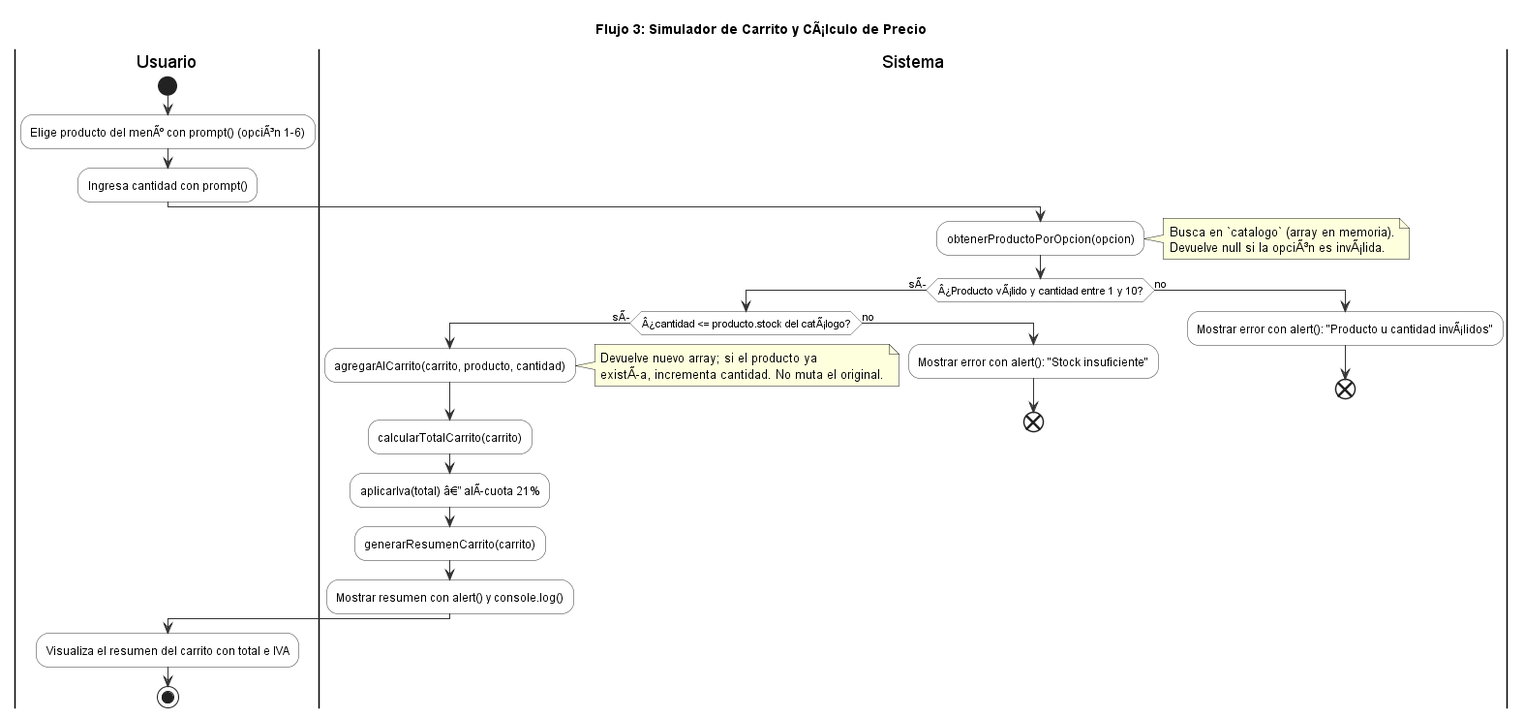
The PlantUML diagram docs/05-diagramas/01-diagrama-de-actividades/actividad-flujo-3-carrito.png in GonzaloBarbano/E-commerce, before a commit.
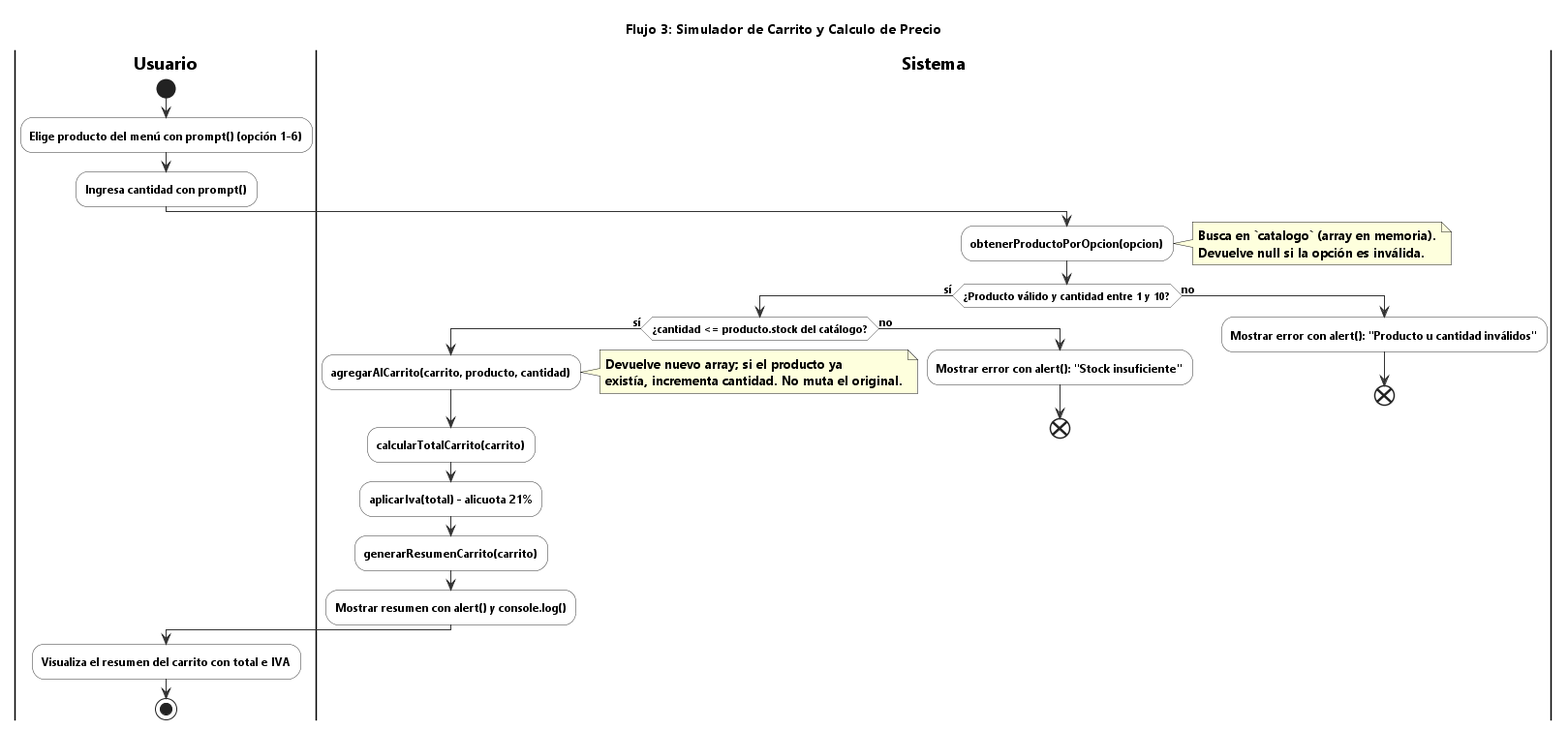
Later version of the same file.

The edit, as a diff of the source:
```diff
@@ -1,30 +1,31 @@
-@startuml flujo-3-carrito
-title Flujo 3: Simulador de Carrito y CÃ¡lculo de Precio
+@startuml actividad-flujo-3-carrito
+title Flujo 3: Simulador de Carrito y Calculo de Precio
+skinparam defaultFontName "Segoe UI"
 skinparam ActivityBackgroundColor #FFFFFF
 skinparam ActivityBorderColor #333333
 skinparam ArrowColor #333333
 
 |Usuario|
 start
-:Elige producto del menÃº con prompt() (opciÃ³n 1-6);
+:Elige producto del menú con prompt() (opción 1-6);
 :Ingresa cantidad con prompt();
 
 |Sistema|
 :obtenerProductoPorOpcion(opcion);
 note right
   Busca en `catalogo` (array en memoria).
-  Devuelve null si la opciÃ³n es invÃ¡lida.
+  Devuelve null si la opción es inválida.
 end note
 
-if (Â¿Producto vÃ¡lido y cantidad entre 1 y 10?) then (sÃ­)
-  if (Â¿cantidad <= producto.stock del catÃ¡logo?) then (sÃ­)
+if (¿Producto válido y cantidad entre 1 y 10?) then (sí)
+  if (¿cantidad <= producto.stock del catálogo?) then (sí)
     :agregarAlCarrito(carrito, producto, cantidad);
     note right
       Devuelve nuevo array; si el producto ya
-      existÃ­a, incrementa cantidad. No muta el original.
+      existía, incrementa cantidad. No muta el original.
     end note
     :calcularTotalCarrito(carrito);
-    :aplicarIva(total) â€” alÃ­cuota 21%;
+    :aplicarIva(total) - alicuota 21%;
     :generarResumenCarrito(carrito);
     :Mostrar resumen con alert() y console.log();
   else (no)
@@ -32,7 +33,7 @@
     end
   endif
 else (no)
-  :Mostrar error con alert(): "Producto u cantidad invÃ¡lidos";
+  :Mostrar error con alert(): "Producto u cantidad inválidos";
   end
 endif
 
```
